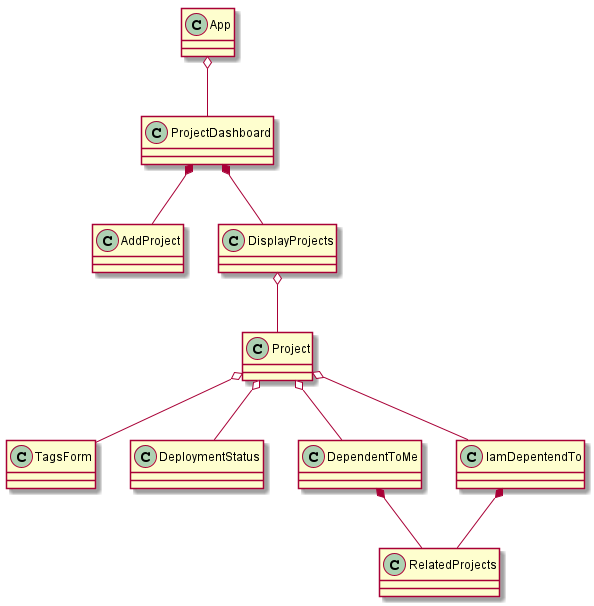
bbakla/tagtracker keeps this PlantUML diagram as frontend/tracker/ClassDiagram.png. Above is the earlier version.
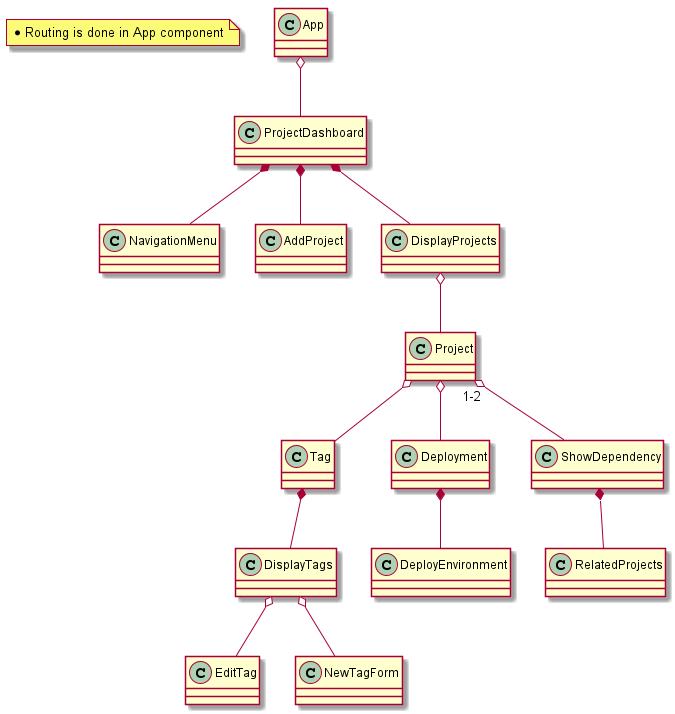
Above is the later version.

Diff of the diagram source:
```diff
@@ -1,14 +1,21 @@
 @startuml
 
+note "* Routing is done in App component" as N1
+
 App o-- ProjectDashboard
+ProjectDashboard *-- NavigationMenu
 ProjectDashboard *-- AddProject
 ProjectDashboard *-- DisplayProjects
+
 DisplayProjects o-- Project
-Project o-- TagsForm
-Project o-- DeploymentStatus
-Project o-- DependentToMe
-Project o--IamDepentendTo
-DependentToMe *-- RelatedProjects
-IamDepentendTo *-- RelatedProjects
+Project o-- Tag
+Tag *-- DisplayTags
+DisplayTags o-- EditTag
+DisplayTags o-- NewTagForm
+Project o-- Deployment
+Project "1-2" o-- ShowDependency
+Deployment *-- DeployEnvironment
+ShowDependency *-- RelatedProjects
+
 
 @enduml
```
